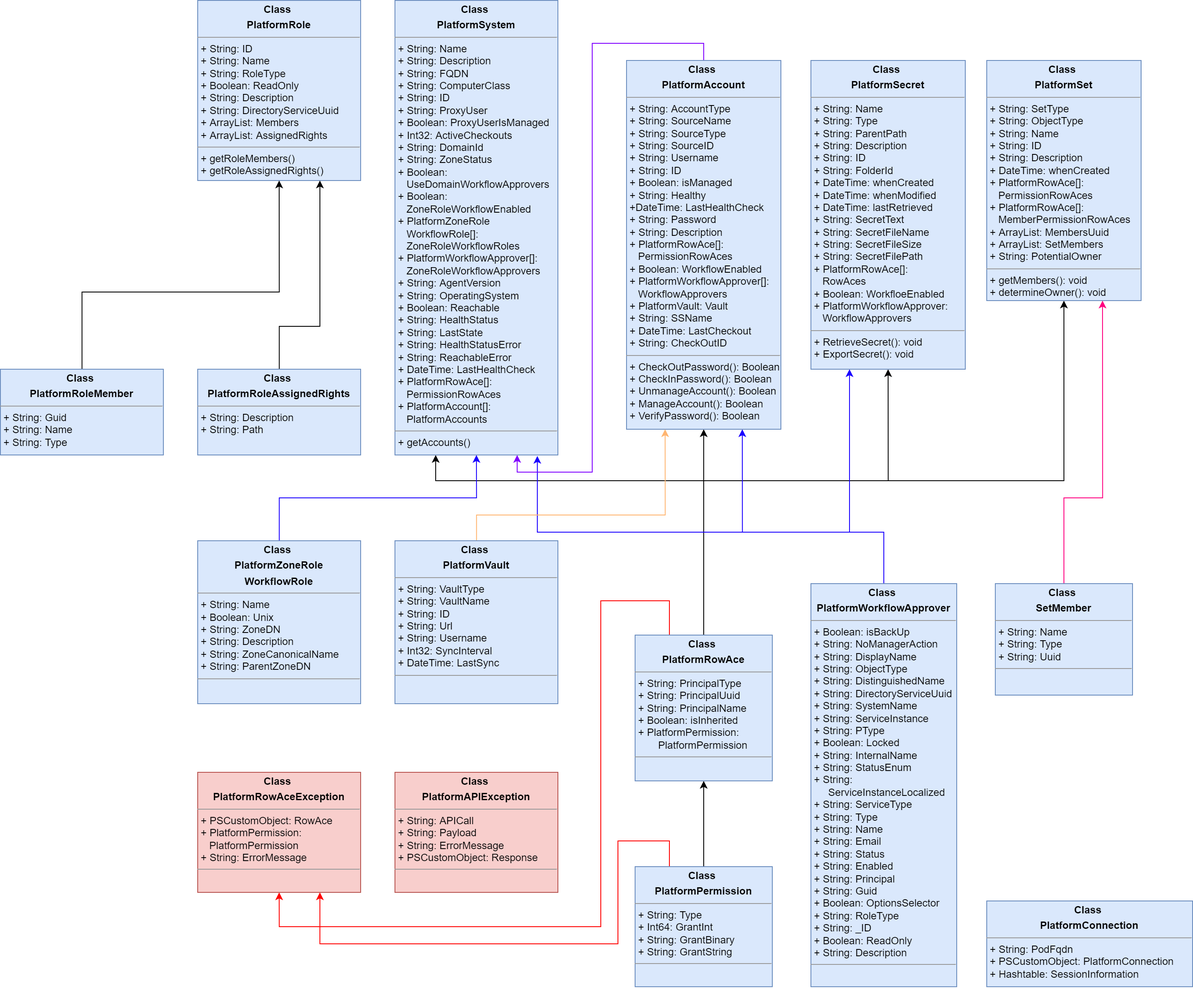
Before: PlatformPlusUML.png, a diagram exported from draw.io (dnlrv/PlatformPlus). Source tidied: cells renumbered, new cells last; positions are measured from the earlier drawing's top-left corner, leaving out a move shared by most shapes.
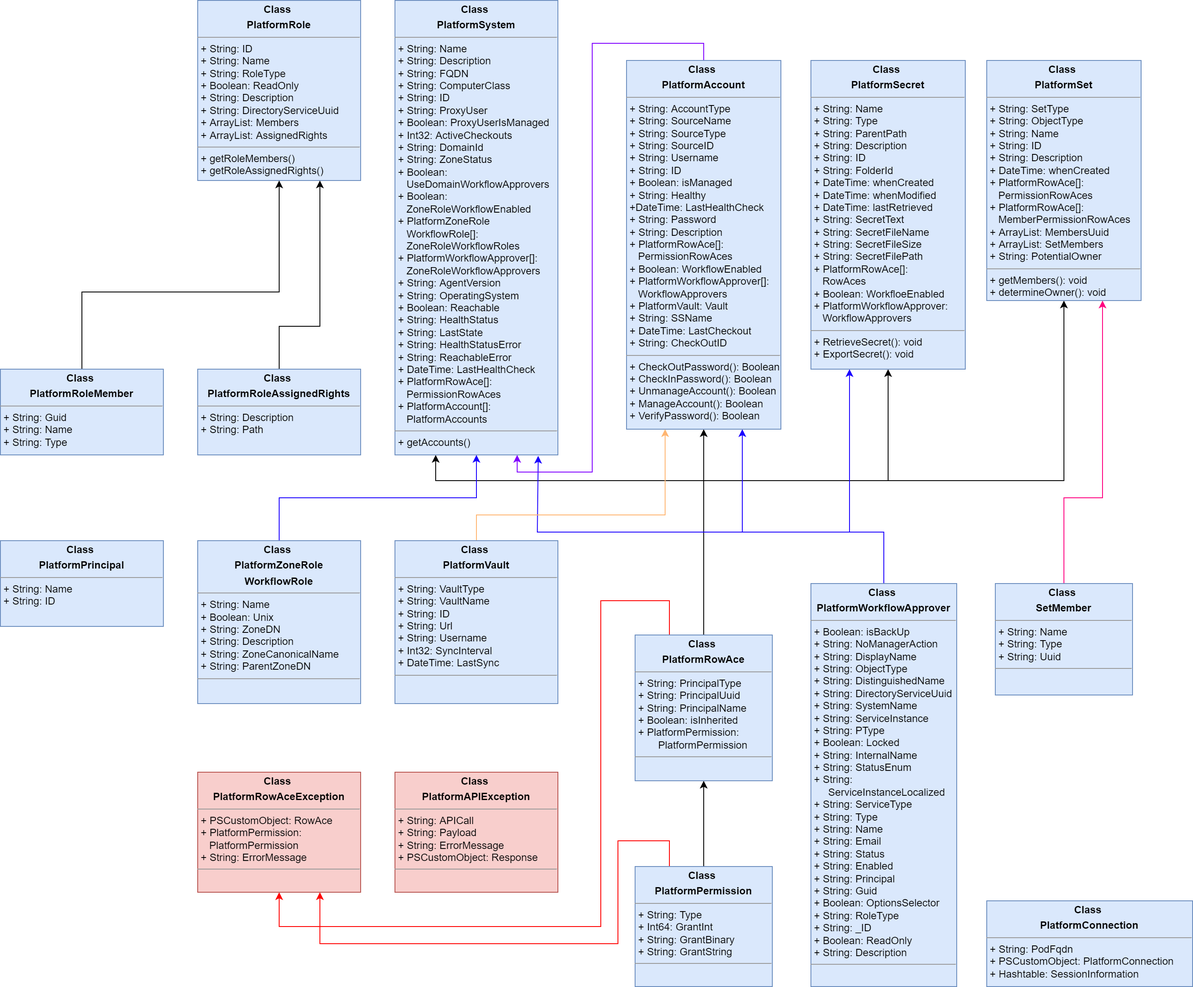
Above is the later version.

Commit message:
Added PlatformPrincipal class and more

Diff of the diagram source:
```diff
@@ -174,5 +174,8 @@
     <mxCell id="33" value="&lt;p style=&quot;margin: 0px ; margin-top: 4px ; text-align: center&quot;&gt;&lt;b&gt;Class&amp;nbsp;&lt;/b&gt;&lt;/p&gt;&lt;p style=&quot;margin: 0px ; margin-top: 4px ; text-align: center&quot;&gt;&lt;b&gt;PlatformConnection&lt;/b&gt;&lt;/p&gt;&lt;hr size=&quot;1&quot;&gt;&lt;p style=&quot;margin: 0px ; margin-left: 4px&quot;&gt;+ String: PodFqdn&lt;/p&gt;&lt;p style=&quot;margin: 0px ; margin-left: 4px&quot;&gt;+ PSCustomObject: PlatformConnection&lt;/p&gt;&lt;p style=&quot;margin: 0px ; margin-left: 4px&quot;&gt;&lt;/p&gt;&lt;p style=&quot;margin: 0px ; margin-left: 4px&quot;&gt;+ Hashtable: SessionInformation&lt;/p&gt;" style="verticalAlign=top;align=left;overflow=fill;fontSize=12;fontFamily=Helvetica;html=1;fillColor=#dae8fc;strokeColor=#6c8ebf;" parent="1" vertex="1">
       <mxGeometry x="1150" y="1050" width="240" height="100" as="geometry" />
     </mxCell>
+    <mxCell id="34" value="&lt;p style=&quot;margin: 0px ; margin-top: 4px ; text-align: center&quot;&gt;&lt;b&gt;Class&amp;nbsp;&lt;/b&gt;&lt;/p&gt;&lt;p style=&quot;margin: 0px ; margin-top: 4px ; text-align: center&quot;&gt;&lt;b&gt;PlatformPrincipal&lt;br&gt;&lt;/b&gt;&lt;/p&gt;&lt;hr size=&quot;1&quot;&gt;&lt;p style=&quot;margin: 0px ; margin-left: 4px&quot;&gt;+ String: Name&lt;/p&gt;&lt;p style=&quot;margin: 0px ; margin-left: 4px&quot;&gt;+ String: ID&lt;/p&gt;" style="verticalAlign=top;align=left;overflow=fill;fontSize=12;fontFamily=Helvetica;html=1;fillColor=#dae8fc;strokeColor=#6c8ebf;" parent="1" vertex="1">
+      <mxGeometry y="630" width="190" height="100" as="geometry" />
+    </mxCell>
   </root>
 </mxGraphModel>
```
